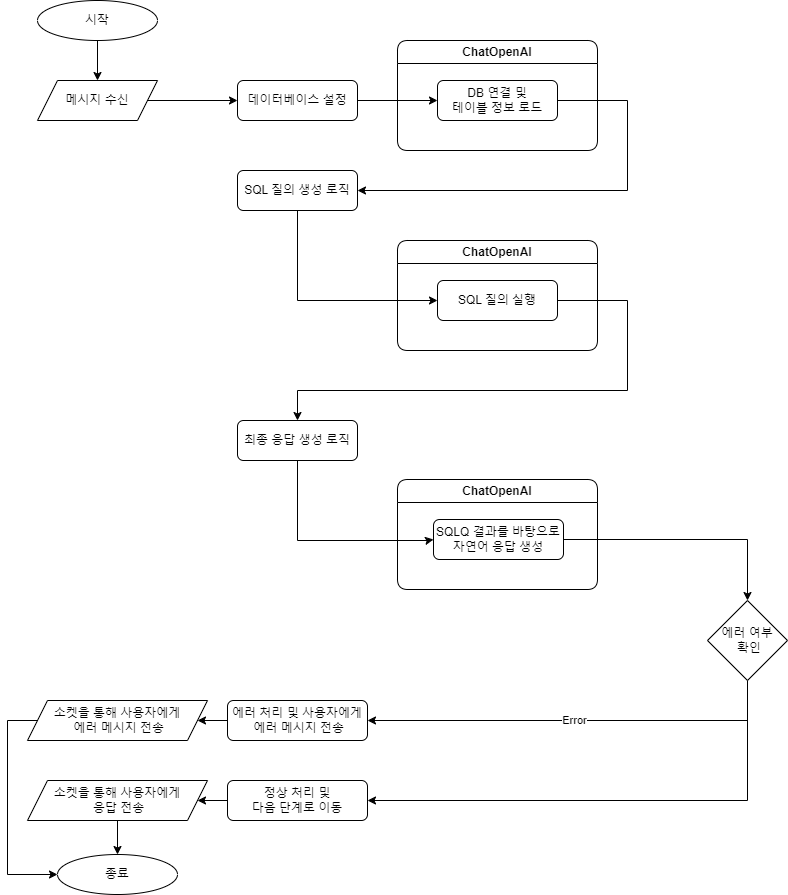
This is chatbot.drawio.png from Brazen-Story/mall_chatbot, a draw.io export, as it was before one commit. Source tidied: cells renumbered, new cells last; positions are measured from the earlier drawing's top-left corner, leaving out a move shared by most shapes.
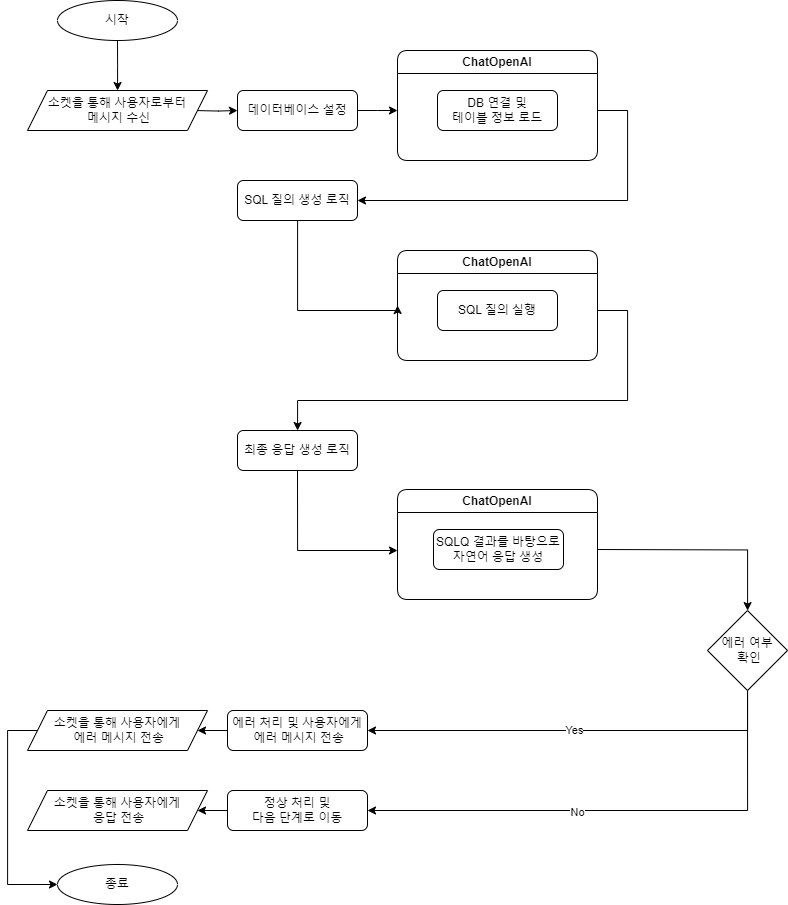
The same diagram one commit later.

Diff of the diagram source:
```diff
@@ -2,26 +2,30 @@
   <root>
     <mxCell id="0" />
     <mxCell id="1" parent="0" />
-    <mxCell id="2" style="edgeStyle=orthogonalEdgeStyle;rounded=0;jettySize=auto;html=1;" parent="1" edge="1" source="3" target="5">
-      <mxGeometry relative="1" as="geometry" />
+    <mxCell id="2" style="edgeStyle=orthogonalEdgeStyle;rounded=0;jettySize=auto;html=1;" parent="1" edge="1" source="3">
+      <mxGeometry relative="1" as="geometry">
+        <mxPoint x="110.1" y="80" as="targetPoint" />
+      </mxGeometry>
     </mxCell>
     <mxCell id="3" value="시작" style="ellipse;whiteSpace=wrap;html=1;" parent="1" vertex="1">
-      <mxGeometry x="30" width="120" height="40" as="geometry" />
+      <mxGeometry x="50" y="-10" width="120" height="40" as="geometry" />
     </mxCell>
-    <mxCell id="4" style="edgeStyle=orthogonalEdgeStyle;rounded=0;jettySize=auto;html=1;" parent="1" edge="1" source="5" target="7">
-      <mxGeometry relative="1" as="geometry" />
+    <mxCell id="4" style="edgeStyle=orthogonalEdgeStyle;rounded=0;jettySize=auto;html=1;" parent="1" edge="1" target="7">
+      <mxGeometry relative="1" as="geometry">
+        <mxPoint x="190" y="100.1" as="sourcePoint" />
+      </mxGeometry>
     </mxCell>
-    <mxCell id="5" value="메시지 수신" style="shape=parallelogram;perimeter=parallelogramPerimeter;whiteSpace=wrap;html=1;fixedSize=1;" parent="1" vertex="1">
-      <mxGeometry x="30" y="80" width="120" height="40" as="geometry" />
-    </mxCell>
-    <mxCell id="6" style="edgeStyle=orthogonalEdgeStyle;rounded=0;jettySize=auto;html=1;entryX=0;entryY=0.5;entryDx=0;entryDy=0;" parent="1" edge="1" source="7" target="9">
-      <mxGeometry relative="1" as="geometry" />
+    <mxCell id="6" style="edgeStyle=orthogonalEdgeStyle;rounded=0;jettySize=auto;html=1;" parent="1" edge="1" source="7">
+      <mxGeometry relative="1" as="geometry">
+        <mxPoint x="390" y="100" as="targetPoint" />
+      </mxGeometry>
     </mxCell>
     <mxCell id="7" value="데이터베이스 설정" style="rounded=1;whiteSpace=wrap;html=1;" parent="1" vertex="1">
       <mxGeometry x="230" y="80" width="120" height="40" as="geometry" />
     </mxCell>
-    <mxCell id="8" style="edgeStyle=orthogonalEdgeStyle;rounded=0;jettySize=auto;html=1;" parent="1" edge="1" source="9" target="12">
+    <mxCell id="8" style="edgeStyle=orthogonalEdgeStyle;rounded=0;jettySize=auto;html=1;" parent="1" edge="1" target="12">
       <mxGeometry relative="1" as="geometry">
+        <mxPoint x="590" y="100" as="sourcePoint" />
         <Array as="points">
           <mxPoint x="620" y="100" />
           <mxPoint x="620" y="190" />
@@ -34,10 +38,11 @@
     <mxCell id="10" value="ChatOpenAI" style="swimlane;whiteSpace=wrap;html=1;rounded=1;" parent="1" vertex="1">
       <mxGeometry x="390" y="40" width="200" height="110" as="geometry" />
     </mxCell>
-    <mxCell id="11" style="edgeStyle=orthogonalEdgeStyle;rounded=0;jettySize=auto;html=1;" parent="1" edge="1" source="12" target="14">
+    <mxCell id="11" style="edgeStyle=orthogonalEdgeStyle;rounded=0;jettySize=auto;html=1;entryX=0;entryY=0.5;entryDx=0;entryDy=0;" parent="1" edge="1" source="12" target="13">
       <mxGeometry relative="1" as="geometry">
         <Array as="points">
           <mxPoint x="290" y="300" />
+          <mxPoint x="390" y="300" />
         </Array>
       </mxGeometry>
     </mxCell>
@@ -50,19 +55,20 @@
     <mxCell id="14" value="SQL 질의 실행" style="whiteSpace=wrap;html=1;rounded=1;" parent="13" vertex="1">
       <mxGeometry x="40" y="40" width="120" height="40" as="geometry" />
     </mxCell>
-    <mxCell id="15" style="edgeStyle=orthogonalEdgeStyle;rounded=0;jettySize=auto;html=1;entryX=0;entryY=0.5;entryDx=0;entryDy=0;" parent="1" edge="1" source="16" target="19">
-      <mxGeometry relative="1" as="geometry">
-        <Array as="points">
-          <mxPoint x="290" y="540" />
-          <mxPoint x="420" y="540" />
-        </Array>
-      </mxGeometry>
-    </mxCell>
+    <mxCell id="34" style="edgeStyle=orthogonalEdgeStyle;rounded=0;jettySize=auto;html=1;exitX=0.5;exitY=1;exitDx=0;exitDy=0;" parent="1" edge="1" source="16">
+      <mxGeometry relative="1" as="geometry">
+        <mxPoint x="390" y="540" as="targetPoint" />
+        <Array as="points">
+          <mxPoint x="290" y="540" />
+        </Array>
+      </mxGeometry>
+    </mxCell>
     <mxCell id="16" value="최종 응답 생성 로직" style="whiteSpace=wrap;html=1;rounded=1;" parent="1" vertex="1">
       <mxGeometry x="230" y="420" width="120" height="40" as="geometry" />
     </mxCell>
-    <mxCell id="17" style="edgeStyle=orthogonalEdgeStyle;rounded=0;jettySize=auto;html=1;" parent="1" edge="1" source="14" target="16">
+    <mxCell id="17" style="edgeStyle=orthogonalEdgeStyle;rounded=0;jettySize=auto;html=1;" parent="1" edge="1" target="16">
       <mxGeometry relative="1" as="geometry">
+        <mxPoint x="590" y="300" as="sourcePoint" />
         <Array as="points">
           <mxPoint x="620" y="300" />
           <mxPoint x="620" y="390" />
@@ -76,8 +82,10 @@
     <mxCell id="19" value="SQLQ 결과를 바탕으로 자연어 응답 생성" style="whiteSpace=wrap;html=1;rounded=1;" parent="18" vertex="1">
       <mxGeometry x="36" y="40" width="130" height="40" as="geometry" />
     </mxCell>
-    <mxCell id="20" style="edgeStyle=orthogonalEdgeStyle;rounded=0;jettySize=auto;html=1;exitX=1;exitY=0.5;exitDx=0;exitDy=0;" parent="1" edge="1" source="19" target="24">
-      <mxGeometry relative="1" as="geometry" />
+    <mxCell id="20" style="edgeStyle=orthogonalEdgeStyle;rounded=0;jettySize=auto;html=1;" parent="1" edge="1" target="24">
+      <mxGeometry relative="1" as="geometry">
+        <mxPoint x="590" y="539" as="sourcePoint" />
+      </mxGeometry>
     </mxCell>
     <mxCell id="21" style="edgeStyle=orthogonalEdgeStyle;rounded=0;jettySize=auto;html=1;" parent="1" edge="1" source="24" target="26">
       <mxGeometry relative="1" as="geometry">
@@ -86,12 +94,15 @@
         </Array>
       </mxGeometry>
     </mxCell>
-    <mxCell id="22" value="Error" style="edgeLabel;html=1;align=center;verticalAlign=middle;" parent="21" vertex="1">
+    <mxCell id="22" value="Yes" style="edgeLabel;html=1;align=center;verticalAlign=middle;" parent="21" vertex="1">
       <mxGeometry x="0.02" y="-1" relative="1" as="geometry" />
     </mxCell>
     <mxCell id="23" style="edgeStyle=orthogonalEdgeStyle;rounded=0;jettySize=auto;html=1;exitX=0.5;exitY=1;exitDx=0;exitDy=0;entryX=1;entryY=0.5;entryDx=0;entryDy=0;" parent="1" edge="1" source="24" target="28">
       <mxGeometry relative="1" as="geometry" />
     </mxCell>
+    <mxCell id="35" value="No" style="edgeLabel;html=1;align=center;verticalAlign=middle;" parent="23" vertex="1">
+      <mxGeometry x="0.16" y="1" relative="1" as="geometry" />
+    </mxCell>
     <mxCell id="24" value="에러 여부&lt;br&gt;&amp;nbsp;확인" style="rhombus;whiteSpace=wrap;html=1;" parent="1" vertex="1">
       <mxGeometry x="700" y="600" width="80" height="80" as="geometry" />
     </mxCell>
@@ -107,9 +118,6 @@
     <mxCell id="28" value="정상 처리 및 &lt;br&gt;다음 단계로 이동" style="rounded=1;whiteSpace=wrap;html=1;" parent="1" vertex="1">
       <mxGeometry x="220" y="780" width="140" height="40" as="geometry" />
     </mxCell>
-    <mxCell id="29" style="edgeStyle=orthogonalEdgeStyle;rounded=0;jettySize=auto;html=1;exitX=0.5;exitY=1;exitDx=0;exitDy=0;" parent="1" edge="1" source="30" target="33">
-      <mxGeometry relative="1" as="geometry" />
-    </mxCell>
     <mxCell id="30" value="소켓을 통해 사용자에게&lt;br&gt;&amp;nbsp;응답 전송" style="shape=parallelogram;perimeter=parallelogramPerimeter;whiteSpace=wrap;html=1;fixedSize=1;" parent="1" vertex="1">
       <mxGeometry x="20" y="780" width="180" height="40" as="geometry" />
     </mxCell>
@@ -127,5 +135,8 @@
     <mxCell id="33" value="종료" style="ellipse;whiteSpace=wrap;html=1;" parent="1" vertex="1">
       <mxGeometry x="50" y="854" width="120" height="40" as="geometry" />
     </mxCell>
+    <mxCell id="36" value="소켓을 통해 사용자로부터&lt;br&gt;&amp;nbsp;메시지 수신" style="shape=parallelogram;perimeter=parallelogramPerimeter;whiteSpace=wrap;html=1;fixedSize=1;" parent="1" vertex="1">
+      <mxGeometry x="20" y="80" width="180" height="40" as="geometry" />
+    </mxCell>
   </root>
 </mxGraphModel>
```
